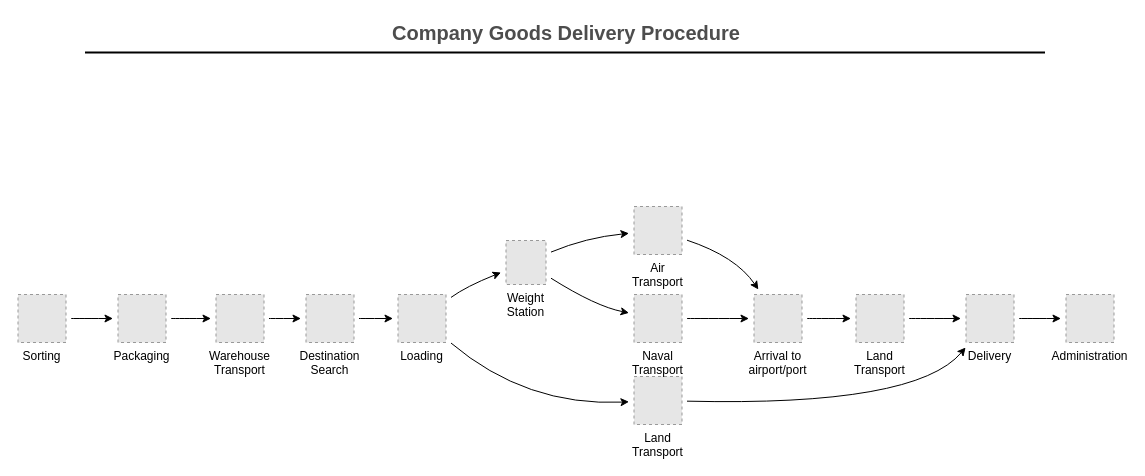
AnyokaCS/DBMS keeps this draw.io diagram as Диаграмма без названия.drawio. Above is the earlier version. Source tidied: cells renumbered, new cells numbered last; positions are measured from the earlier drawing's top-left corner, leaving out a move shared by most shapes. Both pictures are drawn from the tidied source at 100%, with x=0, y=0 at pixel (17, 17). Pictures stored in the file or linked from it are replaced by grey dashed boxes.
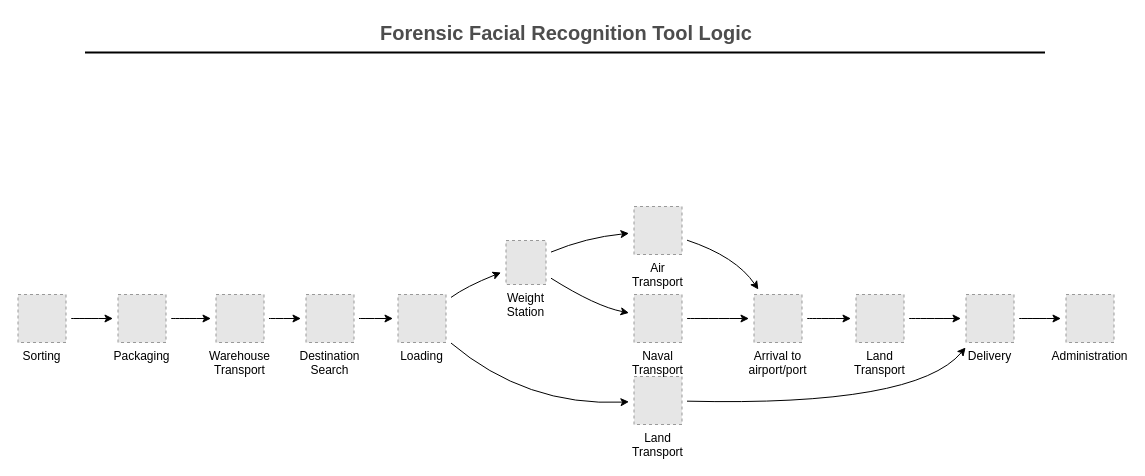
The same page after the edit.

Diff of the diagram source:
```diff
@@
-    <mxCell id="29" value="Company Goods Delivery Procedure" style="text;html=1;strokeColor=none;fillColor=none;align=center;verticalAlign=middle;whiteSpace=wrap;rounded=0;fontStyle=1;fontSize=20;fontColor=#4D4D4D;" parent="1" vertex="1">
+    <mxCell id="29" value="Forensic Facial Recognition Tool Logic" style="text;html=1;strokeColor=none;fillColor=none;align=center;verticalAlign=middle;whiteSpace=wrap;rounded=0;fontStyle=1;fontSize=20;fontColor=#4D4D4D;" parent="1" vertex="1">
       <mxGeometry x="153.5" width="790" height="30" as="geometry" />
     </mxCell>
```
